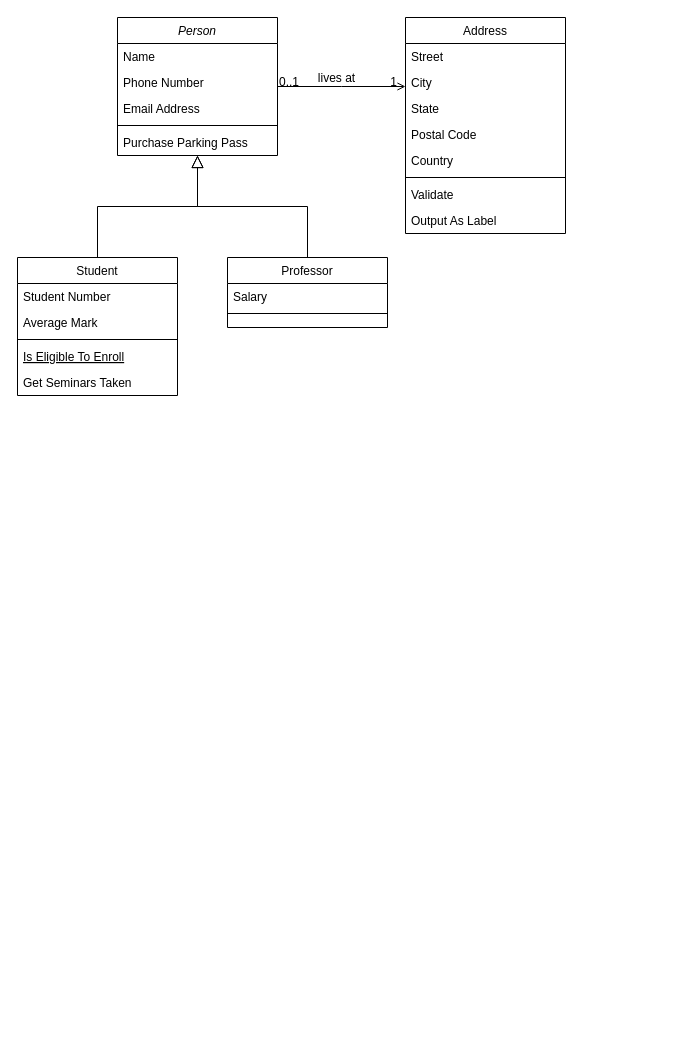
linking314/hello-world keeps this draw.io diagram as Wwise.drawio. Above is the earlier version. Source tidied: cells renumbered, new cells numbered last; positions are measured from the earlier drawing's top-left corner, leaving out a move shared by most shapes. Both pictures are drawn from the tidied source at 100%, with x=0, y=0 at pixel (17, 17).
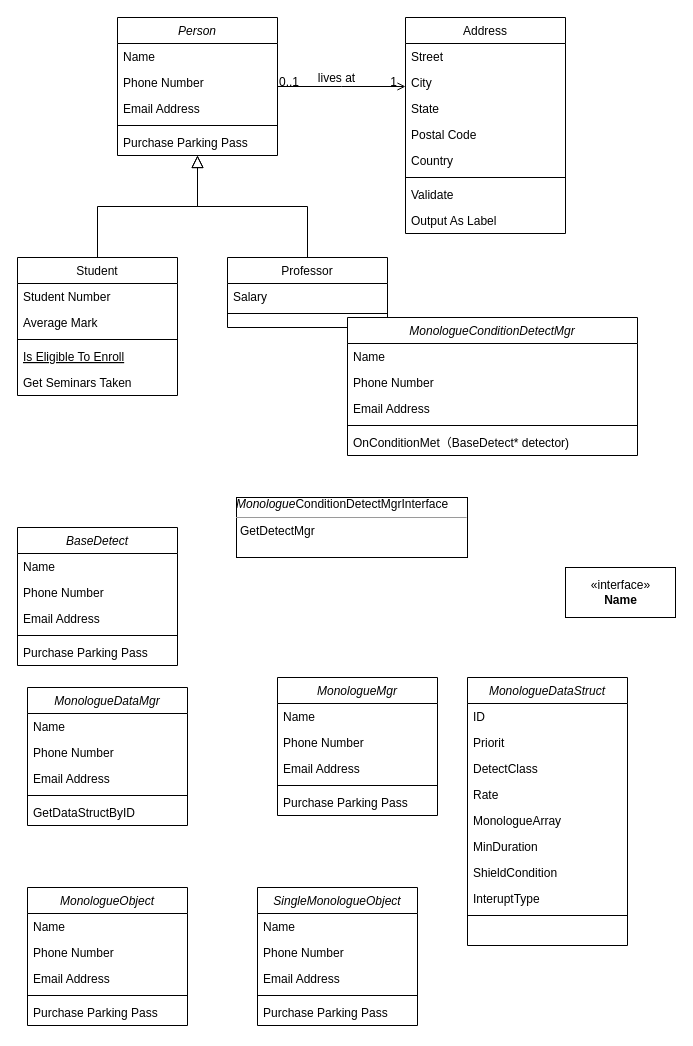
Above is the later version.

Change to the diagram source:
```diff
@@
+    <mxCell id="32" value="BaseDetect" style="swimlane;fontStyle=2;align=center;verticalAlign=top;horizontal=1;startSize=26;rounded=0;shadow=0;strokeWidth=1;" parent="1" vertex="1">
+      <mxGeometry y="510" width="160" height="138" as="geometry" />
+    </mxCell>
+    <mxCell id="33" value="Name" style="text;align=left;verticalAlign=top;spacingLeft=4;spacingRight=4;overflow=hidden;" parent="32" vertex="1">
+      <mxGeometry y="26" width="160" height="26" as="geometry" />
+    </mxCell>
+    <mxCell id="34" value="Phone Number" style="text;align=left;verticalAlign=top;spacingLeft=4;spacingRight=4;overflow=hidden;rounded=0;shadow=0;html=0;" parent="32" vertex="1">
+      <mxGeometry y="52" width="160" height="26" as="geometry" />
+    </mxCell>
+    <mxCell id="35" value="Email Address" style="text;align=left;verticalAlign=top;spacingLeft=4;spacingRight=4;overflow=hidden;rounded=0;shadow=0;html=0;" parent="32" vertex="1">
+      <mxGeometry y="78" width="160" height="26" as="geometry" />
+    </mxCell>
+    <mxCell id="36" style="line;html=1;strokeWidth=1;align=left;verticalAlign=middle;spacingTop=-1;spacingLeft=3;spacingRight=3;labelPosition=right;" parent="32" vertex="1">
+      <mxGeometry y="104" width="160" height="8" as="geometry" />
+    </mxCell>
+    <mxCell id="37" value="Purchase Parking Pass" style="text;align=left;verticalAlign=top;spacingLeft=4;spacingRight=4;overflow=hidden;" parent="32" vertex="1">
+      <mxGeometry y="112" width="160" height="26" as="geometry" />
+    </mxCell>
+    <mxCell id="38" value="&amp;laquo;interface&amp;raquo;&lt;br&gt;&lt;b&gt;Name&lt;/b&gt;" style="html=1;" parent="1" vertex="1">
+      <mxGeometry x="548" y="550" width="110" height="50" as="geometry" />
+    </mxCell>
+    <mxCell id="39" value="&lt;span style=&quot;font-style: italic ; text-align: center&quot;&gt;Monologue&lt;/span&gt;&lt;span style=&quot;text-align: center&quot;&gt;ConditionDetectMgrInterface&lt;/span&gt;&lt;span style=&quot;font-style: italic ; text-align: center&quot;&gt;&lt;br&gt;&lt;/span&gt;&lt;hr size=&quot;1&quot;&gt;&lt;p style=&quot;margin: 0px ; margin-left: 4px&quot;&gt;&lt;/p&gt;&lt;p style=&quot;margin: 0px ; margin-left: 4px&quot;&gt;GetDetectMgr&lt;/p&gt;" style="verticalAlign=top;align=left;overflow=fill;fontSize=12;fontFamily=Helvetica;html=1;" parent="1" vertex="1">
+      <mxGeometry x="219" y="480" width="231" height="60" as="geometry" />
+    </mxCell>
+    <mxCell id="40" value="MonologueDataMgr" style="swimlane;fontStyle=2;align=center;verticalAlign=top;horizontal=1;startSize=26;rounded=0;shadow=0;strokeWidth=1;" parent="1" vertex="1">
+      <mxGeometry x="10" y="670" width="160" height="138" as="geometry" />
+    </mxCell>
+    <mxCell id="41" value="Name" style="text;align=left;verticalAlign=top;spacingLeft=4;spacingRight=4;overflow=hidden;" parent="40" vertex="1">
+      <mxGeometry y="26" width="160" height="26" as="geometry" />
+    </mxCell>
+    <mxCell id="42" value="Phone Number" style="text;align=left;verticalAlign=top;spacingLeft=4;spacingRight=4;overflow=hidden;rounded=0;shadow=0;html=0;" parent="40" vertex="1">
+      <mxGeometry y="52" width="160" height="26" as="geometry" />
+    </mxCell>
+    <mxCell id="43" value="Email Address" style="text;align=left;verticalAlign=top;spacingLeft=4;spacingRight=4;overflow=hidden;rounded=0;shadow=0;html=0;" parent="40" vertex="1">
+      <mxGeometry y="78" width="160" height="26" as="geometry" />
+    </mxCell>
+    <mxCell id="44" style="line;html=1;strokeWidth=1;align=left;verticalAlign=middle;spacingTop=-1;spacingLeft=3;spacingRight=3;labelPosition=right;" parent="40" vertex="1">
+      <mxGeometry y="104" width="160" height="8" as="geometry" />
+    </mxCell>
+    <mxCell id="45" value="GetDataStructByID" style="text;align=left;verticalAlign=top;spacingLeft=4;spacingRight=4;overflow=hidden;" parent="40" vertex="1">
+      <mxGeometry y="112" width="160" height="26" as="geometry" />
+    </mxCell>
+    <mxCell id="46" value="MonologueMgr" style="swimlane;fontStyle=2;align=center;verticalAlign=top;horizontal=1;startSize=26;rounded=0;shadow=0;strokeWidth=1;" parent="1" vertex="1">
+      <mxGeometry x="260" y="660" width="160" height="138" as="geometry" />
+    </mxCell>
+    <mxCell id="47" value="Name" style="text;align=left;verticalAlign=top;spacingLeft=4;spacingRight=4;overflow=hidden;" parent="46" vertex="1">
+      <mxGeometry y="26" width="160" height="26" as="geometry" />
+    </mxCell>
+    <mxCell id="48" value="Phone Number" style="text;align=left;verticalAlign=top;spacingLeft=4;spacingRight=4;overflow=hidden;rounded=0;shadow=0;html=0;" parent="46" vertex="1">
+      <mxGeometry y="52" width="160" height="26" as="geometry" />
+    </mxCell>
+    <mxCell id="49" value="Email Address" style="text;align=left;verticalAlign=top;spacingLeft=4;spacingRight=4;overflow=hidden;rounded=0;shadow=0;html=0;" parent="46" vertex="1">
+      <mxGeometry y="78" width="160" height="26" as="geometry" />
+    </mxCell>
+    <mxCell id="50" style="line;html=1;strokeWidth=1;align=left;verticalAlign=middle;spacingTop=-1;spacingLeft=3;spacingRight=3;labelPosition=right;" parent="46" vertex="1">
+      <mxGeometry y="104" width="160" height="8" as="geometry" />
+    </mxCell>
+    <mxCell id="51" value="Purchase Parking Pass" style="text;align=left;verticalAlign=top;spacingLeft=4;spacingRight=4;overflow=hidden;" parent="46" vertex="1">
+      <mxGeometry y="112" width="160" height="26" as="geometry" />
+    </mxCell>
+    <mxCell id="52" value="MonologueObject" style="swimlane;fontStyle=2;align=center;verticalAlign=top;horizontal=1;startSize=26;rounded=0;shadow=0;strokeWidth=1;" parent="1" vertex="1">
+      <mxGeometry x="10" y="870" width="160" height="138" as="geometry" />
+    </mxCell>
+    <mxCell id="53" value="Name" style="text;align=left;verticalAlign=top;spacingLeft=4;spacingRight=4;overflow=hidden;" parent="52" vertex="1">
+      <mxGeometry y="26" width="160" height="26" as="geometry" />
+    </mxCell>
+    <mxCell id="54" value="Phone Number" style="text;align=left;verticalAlign=top;spacingLeft=4;spacingRight=4;overflow=hidden;rounded=0;shadow=0;html=0;" parent="52" vertex="1">
+      <mxGeometry y="52" width="160" height="26" as="geometry" />
+    </mxCell>
+    <mxCell id="55" value="Email Address" style="text;align=left;verticalAlign=top;spacingLeft=4;spacingRight=4;overflow=hidden;rounded=0;shadow=0;html=0;" parent="52" vertex="1">
+      <mxGeometry y="78" width="160" height="26" as="geometry" />
+    </mxCell>
+    <mxCell id="56" style="line;html=1;strokeWidth=1;align=left;verticalAlign=middle;spacingTop=-1;spacingLeft=3;spacingRight=3;labelPosition=right;" parent="52" vertex="1">
+      <mxGeometry y="104" width="160" height="8" as="geometry" />
+    </mxCell>
+    <mxCell id="57" value="Purchase Parking Pass" style="text;align=left;verticalAlign=top;spacingLeft=4;spacingRight=4;overflow=hidden;" parent="52" vertex="1">
+      <mxGeometry y="112" width="160" height="26" as="geometry" />
+    </mxCell>
+    <mxCell id="58" value="SingleMonologueObject" style="swimlane;fontStyle=2;align=center;verticalAlign=top;horizontal=1;startSize=26;rounded=0;shadow=0;strokeWidth=1;" parent="1" vertex="1">
+      <mxGeometry x="240" y="870" width="160" height="138" as="geometry" />
+    </mxCell>
+    <mxCell id="59" value="Name" style="text;align=left;verticalAlign=top;spacingLeft=4;spacingRight=4;overflow=hidden;" parent="58" vertex="1">
+      <mxGeometry y="26" width="160" height="26" as="geometry" />
+    </mxCell>
+    <mxCell id="60" value="Phone Number" style="text;align=left;verticalAlign=top;spacingLeft=4;spacingRight=4;overflow=hidden;rounded=0;shadow=0;html=0;" parent="58" vertex="1">
+      <mxGeometry y="52" width="160" height="26" as="geometry" />
+    </mxCell>
+    <mxCell id="61" value="Email Address" style="text;align=left;verticalAlign=top;spacingLeft=4;spacingRight=4;overflow=hidden;rounded=0;shadow=0;html=0;" parent="58" vertex="1">
+      <mxGeometry y="78" width="160" height="26" as="geometry" />
+    </mxCell>
+    <mxCell id="62" style="line;html=1;strokeWidth=1;align=left;verticalAlign=middle;spacingTop=-1;spacingLeft=3;spacingRight=3;labelPosition=right;" parent="58" vertex="1">
+      <mxGeometry y="104" width="160" height="8" as="geometry" />
+    </mxCell>
+    <mxCell id="63" value="Purchase Parking Pass" style="text;align=left;verticalAlign=top;spacingLeft=4;spacingRight=4;overflow=hidden;" parent="58" vertex="1">
+      <mxGeometry y="112" width="160" height="26" as="geometry" />
+    </mxCell>
+    <mxCell id="64" value="MonologueDataStruct" style="swimlane;fontStyle=2;align=center;verticalAlign=top;horizontal=1;startSize=26;rounded=0;shadow=0;strokeWidth=1;" parent="1" vertex="1">
+      <mxGeometry x="450" y="660" width="160" height="268" as="geometry" />
+    </mxCell>
+    <mxCell id="65" value="ID" style="text;align=left;verticalAlign=top;spacingLeft=4;spacingRight=4;overflow=hidden;" parent="64" vertex="1">
+      <mxGeometry y="26" width="160" height="26" as="geometry" />
+    </mxCell>
+    <mxCell id="66" value="Priorit" style="text;align=left;verticalAlign=top;spacingLeft=4;spacingRight=4;overflow=hidden;rounded=0;shadow=0;html=0;" parent="64" vertex="1">
+      <mxGeometry y="52" width="160" height="26" as="geometry" />
+    </mxCell>
+    <mxCell id="67" value="DetectClass" style="text;align=left;verticalAlign=top;spacingLeft=4;spacingRight=4;overflow=hidden;rounded=0;shadow=0;html=0;" parent="64" vertex="1">
+      <mxGeometry y="78" width="160" height="26" as="geometry" />
+    </mxCell>
+    <mxCell id="68" value="Rate" style="text;align=left;verticalAlign=top;spacingLeft=4;spacingRight=4;overflow=hidden;rounded=0;shadow=0;html=0;" parent="64" vertex="1">
+      <mxGeometry y="104" width="160" height="26" as="geometry" />
+    </mxCell>
+    <mxCell id="69" value="MonologueArray" style="text;align=left;verticalAlign=top;spacingLeft=4;spacingRight=4;overflow=hidden;rounded=0;shadow=0;html=0;" parent="64" vertex="1">
+      <mxGeometry y="130" width="160" height="26" as="geometry" />
+    </mxCell>
+    <mxCell id="70" value="MinDuration" style="text;align=left;verticalAlign=top;spacingLeft=4;spacingRight=4;overflow=hidden;rounded=0;shadow=0;html=0;" parent="64" vertex="1">
+      <mxGeometry y="156" width="160" height="26" as="geometry" />
+    </mxCell>
+    <mxCell id="71" value="ShieldCondition" style="text;align=left;verticalAlign=top;spacingLeft=4;spacingRight=4;overflow=hidden;rounded=0;shadow=0;html=0;" parent="64" vertex="1">
+      <mxGeometry y="182" width="160" height="26" as="geometry" />
+    </mxCell>
+    <mxCell id="72" value="InteruptType" style="text;align=left;verticalAlign=top;spacingLeft=4;spacingRight=4;overflow=hidden;rounded=0;shadow=0;html=0;" parent="64" vertex="1">
+      <mxGeometry y="208" width="160" height="26" as="geometry" />
+    </mxCell>
+    <mxCell id="73" style="line;html=1;strokeWidth=1;align=left;verticalAlign=middle;spacingTop=-1;spacingLeft=3;spacingRight=3;labelPosition=right;" parent="64" vertex="1">
+      <mxGeometry y="234" width="160" height="8" as="geometry" />
+    </mxCell>
+    <mxCell id="74" value="MonologueConditionDetectMgr" style="swimlane;fontStyle=2;align=center;verticalAlign=top;horizontal=1;startSize=26;rounded=0;shadow=0;strokeWidth=1;" parent="1" vertex="1">
+      <mxGeometry x="330" y="300" width="290" height="138" as="geometry" />
+    </mxCell>
+    <mxCell id="75" value="Name" style="text;align=left;verticalAlign=top;spacingLeft=4;spacingRight=4;overflow=hidden;" parent="74" vertex="1">
+      <mxGeometry y="26" width="290" height="26" as="geometry" />
+    </mxCell>
+    <mxCell id="76" value="Phone Number" style="text;align=left;verticalAlign=top;spacingLeft=4;spacingRight=4;overflow=hidden;rounded=0;shadow=0;html=0;" parent="74" vertex="1">
+      <mxGeometry y="52" width="290" height="26" as="geometry" />
+    </mxCell>
+    <mxCell id="77" value="Email Address" style="text;align=left;verticalAlign=top;spacingLeft=4;spacingRight=4;overflow=hidden;rounded=0;shadow=0;html=0;" parent="74" vertex="1">
+      <mxGeometry y="78" width="290" height="26" as="geometry" />
+    </mxCell>
+    <mxCell id="78" style="line;html=1;strokeWidth=1;align=left;verticalAlign=middle;spacingTop=-1;spacingLeft=3;spacingRight=3;labelPosition=right;" parent="74" vertex="1">
+      <mxGeometry y="104" width="290" height="8" as="geometry" />
+    </mxCell>
+    <mxCell id="79" value="OnConditionMet（BaseDetect* detector)" style="text;align=left;verticalAlign=top;spacingLeft=4;spacingRight=4;overflow=hidden;" parent="74" vertex="1">
+      <mxGeometry y="112" width="290" height="26" as="geometry" />
+    </mxCell>
```
